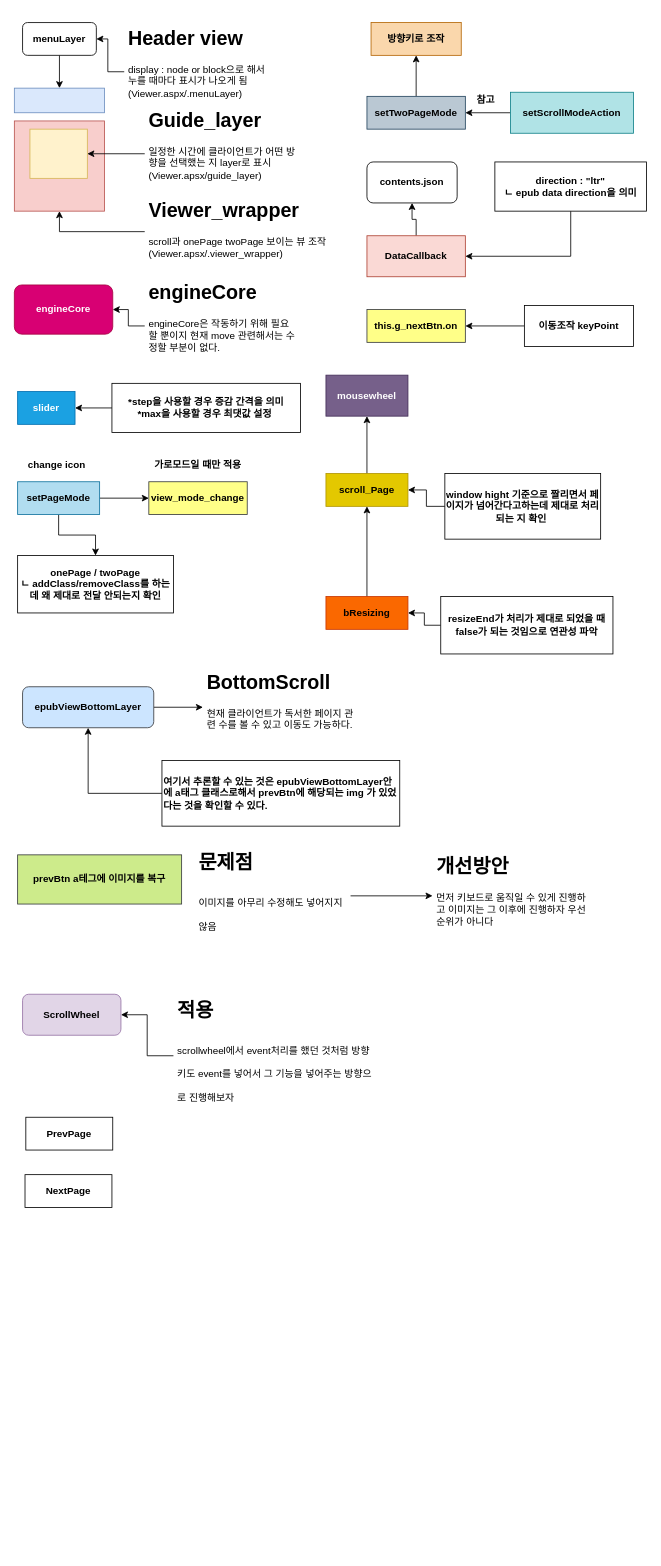
Earlier version of the draw.io diagram Untitled Diagram.drawio (junhee916/basic_Modify). Source tidied: cells renumbered, new cells numbered last; positions are measured from the earlier drawing's top-left corner, leaving out a move shared by most shapes. Both pictures are drawn from the tidied source at 82%, with x=0, y=0 at pixel (14, 22).
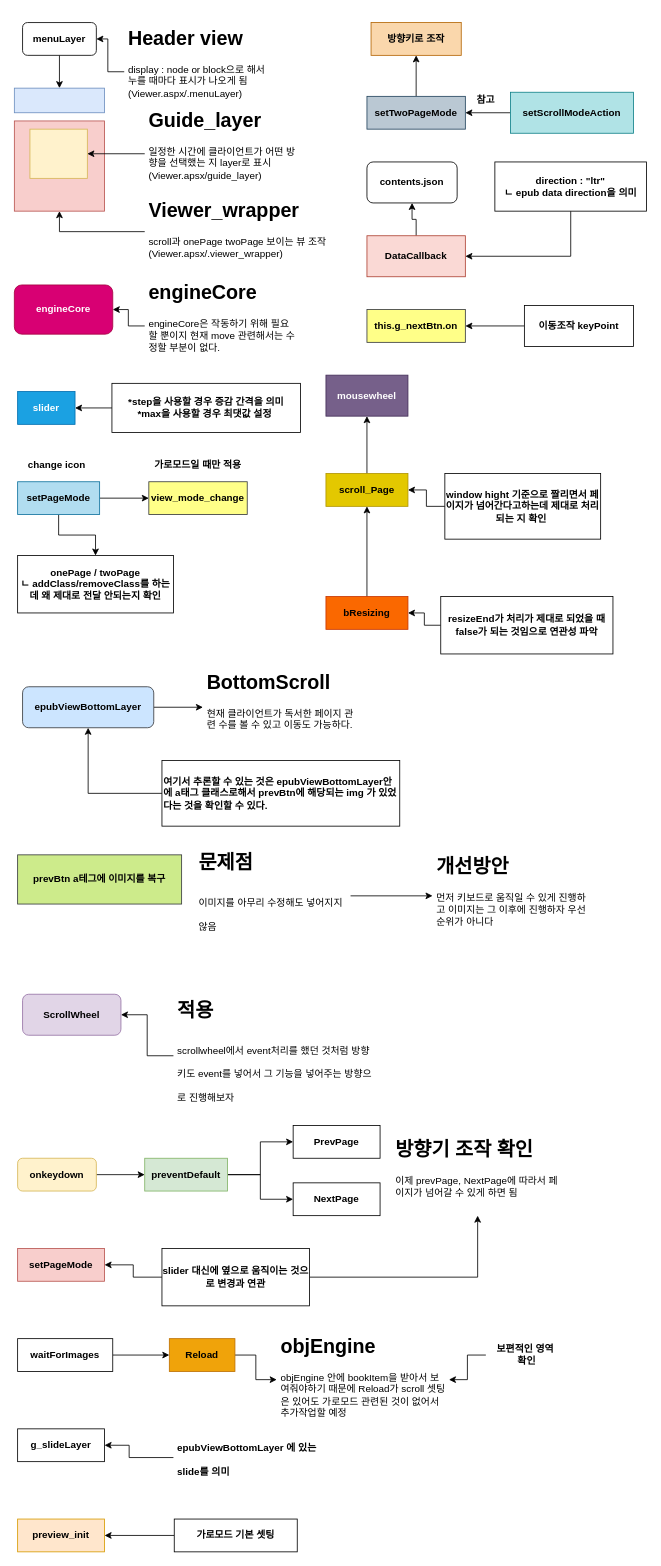
The same page after the edit.

Diff of the diagram source:
```diff
@@
     <mxCell id="61" value="&lt;b&gt;PrevPage&lt;/b&gt;" style="rounded=0;whiteSpace=wrap;html=1;" parent="1" vertex="1">
-      <mxGeometry x="14" y="1335" width="106" height="40" as="geometry" />
+      <mxGeometry x="340" y="1345" width="106" height="40" as="geometry" />
     </mxCell>
     <mxCell id="62" value="&lt;b&gt;NextPage&lt;/b&gt;" style="rounded=0;whiteSpace=wrap;html=1;" parent="1" vertex="1">
-      <mxGeometry x="13" y="1405" width="106" height="40" as="geometry" />
+      <mxGeometry x="340" y="1415" width="106" height="40" as="geometry" />
     </mxCell>
+    <mxCell id="63" style="edgeStyle=orthogonalEdgeStyle;rounded=0;jettySize=auto;html=1;entryX=0;entryY=0.5;entryDx=0;entryDy=0;" parent="1" edge="1" source="64" target="67">
+      <mxGeometry relative="1" as="geometry" />
+    </mxCell>
+    <mxCell id="64" value="&lt;b&gt;onkeydown&lt;/b&gt;" style="rounded=1;whiteSpace=wrap;html=1;fillColor=#fff2cc;strokeColor=#d6b656;" parent="1" vertex="1">
+      <mxGeometry x="4" y="1385" width="96" height="40" as="geometry" />
+    </mxCell>
+    <mxCell id="65" style="edgeStyle=orthogonalEdgeStyle;rounded=0;jettySize=auto;html=1;entryX=0;entryY=0.5;entryDx=0;entryDy=0;" parent="1" edge="1" source="67" target="61">
+      <mxGeometry relative="1" as="geometry" />
+    </mxCell>
+    <mxCell id="66" style="edgeStyle=orthogonalEdgeStyle;rounded=0;jettySize=auto;html=1;" parent="1" edge="1" source="67" target="62">
+      <mxGeometry relative="1" as="geometry" />
+    </mxCell>
+    <mxCell id="67" value="&lt;b&gt;preventDefault&lt;/b&gt;" style="rounded=0;whiteSpace=wrap;html=1;fillColor=#d5e8d4;strokeColor=#82b366;" parent="1" vertex="1">
+      <mxGeometry x="159" y="1385" width="101" height="40" as="geometry" />
+    </mxCell>
+    <mxCell id="68" value="&lt;h1&gt;방향기 조작 확인&lt;/h1&gt;&lt;p&gt;이제 prevPage, NextPage에 따라서 페이지가 넘어갈 수 있게 하면 됨&amp;nbsp;&lt;/p&gt;" style="text;html=1;strokeColor=none;fillColor=none;spacing=5;spacingTop=-20;whiteSpace=wrap;overflow=hidden;rounded=0;" parent="1" vertex="1">
+      <mxGeometry x="460" y="1355" width="210" height="100" as="geometry" />
+    </mxCell>
+    <mxCell id="69" value="&lt;b&gt;setPageMode&lt;/b&gt;" style="rounded=0;whiteSpace=wrap;html=1;fillColor=#f8cecc;strokeColor=#b85450;" parent="1" vertex="1">
+      <mxGeometry x="4" y="1495" width="106" height="40" as="geometry" />
+    </mxCell>
+    <mxCell id="70" style="edgeStyle=orthogonalEdgeStyle;rounded=0;jettySize=auto;html=1;" parent="1" edge="1" source="72" target="68">
+      <mxGeometry relative="1" as="geometry" />
+    </mxCell>
+    <mxCell id="71" style="edgeStyle=orthogonalEdgeStyle;rounded=0;jettySize=auto;html=1;entryX=1;entryY=0.5;entryDx=0;entryDy=0;" parent="1" edge="1" source="72" target="69">
+      <mxGeometry relative="1" as="geometry" />
+    </mxCell>
+    <mxCell id="72" value="&lt;b&gt;slider 대신에 옆으로 움직이는 것으로 변경과 연관&lt;/b&gt;" style="rounded=0;whiteSpace=wrap;html=1;" parent="1" vertex="1">
+      <mxGeometry x="180" y="1495" width="180" height="70" as="geometry" />
+    </mxCell>
+    <mxCell id="73" style="edgeStyle=orthogonalEdgeStyle;rounded=0;jettySize=auto;html=1;entryX=0;entryY=0.5;entryDx=0;entryDy=0;" parent="1" edge="1" source="74" target="77">
+      <mxGeometry relative="1" as="geometry" />
+    </mxCell>
+    <mxCell id="74" value="&lt;b&gt;Reload&lt;/b&gt;" style="rounded=0;whiteSpace=wrap;html=1;fillColor=#f0a30a;strokeColor=#BD7000;fontColor=#000000;" parent="1" vertex="1">
+      <mxGeometry x="189" y="1605" width="80" height="40" as="geometry" />
+    </mxCell>
+    <mxCell id="75" style="edgeStyle=orthogonalEdgeStyle;rounded=0;jettySize=auto;html=1;" parent="1" edge="1" source="76" target="74">
+      <mxGeometry relative="1" as="geometry" />
+    </mxCell>
+    <mxCell id="76" value="&lt;b&gt;waitForImages&lt;/b&gt;" style="rounded=0;whiteSpace=wrap;html=1;" parent="1" vertex="1">
+      <mxGeometry x="4" y="1605" width="116" height="40" as="geometry" />
+    </mxCell>
+    <mxCell id="77" value="&lt;h1&gt;objEngine&amp;nbsp;&lt;/h1&gt;&lt;p&gt;objEngine 안에 bookItem을 받아서 보여줘야하기 때문에 Reload가 scroll 셋팅은 있어도 가로모드 관련된 것이 없어서 추가작업할 예정&lt;/p&gt;" style="text;html=1;strokeColor=none;fillColor=none;spacing=5;spacingTop=-20;whiteSpace=wrap;overflow=hidden;rounded=0;" parent="1" vertex="1">
+      <mxGeometry x="320" y="1595" width="210" height="120" as="geometry" />
+    </mxCell>
+    <mxCell id="78" value="&lt;b&gt;g_slideLayer&lt;/b&gt;" style="rounded=0;whiteSpace=wrap;html=1;" parent="1" vertex="1">
+      <mxGeometry x="4" y="1715" width="106" height="40" as="geometry" />
+    </mxCell>
+    <mxCell id="79" style="edgeStyle=orthogonalEdgeStyle;rounded=0;jettySize=auto;html=1;" parent="1" edge="1" source="80" target="78">
+      <mxGeometry relative="1" as="geometry">
+        <Array as="points">
+          <mxPoint x="140" y="1750" />
+          <mxPoint x="140" y="1735" />
+        </Array>
+      </mxGeometry>
+    </mxCell>
+    <mxCell id="80" value="&lt;h1&gt;&lt;span style=&quot;font-size: 12px&quot;&gt;epubViewBottomLayer 에 있는 slide를 의미&amp;nbsp;&lt;/span&gt;&lt;br&gt;&lt;/h1&gt;" style="text;html=1;strokeColor=none;fillColor=none;spacing=5;spacingTop=-20;whiteSpace=wrap;overflow=hidden;rounded=0;" parent="1" vertex="1">
+      <mxGeometry x="194" y="1715" width="190" height="70" as="geometry" />
+    </mxCell>
+    <mxCell id="81" style="edgeStyle=orthogonalEdgeStyle;rounded=0;jettySize=auto;html=1;" parent="1" edge="1" source="82" target="77">
+      <mxGeometry relative="1" as="geometry" />
+    </mxCell>
+    <mxCell id="82" value="&lt;b&gt;보편적인 영역&amp;nbsp;&lt;br&gt;확인&lt;/b&gt;" style="text;html=1;strokeColor=none;fillColor=none;align=center;verticalAlign=middle;whiteSpace=wrap;rounded=0;" parent="1" vertex="1">
+      <mxGeometry x="575" y="1595" width="100" height="60" as="geometry" />
+    </mxCell>
+    <mxCell id="83" value="&lt;b&gt;preview_init&lt;/b&gt;" style="rounded=0;whiteSpace=wrap;html=1;fillColor=#ffe6cc;strokeColor=#d79b00;" parent="1" vertex="1">
+      <mxGeometry x="4" y="1825" width="106" height="40" as="geometry" />
+    </mxCell>
+    <mxCell id="84" style="edgeStyle=orthogonalEdgeStyle;rounded=0;jettySize=auto;html=1;entryX=1;entryY=0.5;entryDx=0;entryDy=0;" parent="1" edge="1" source="85" target="83">
+      <mxGeometry relative="1" as="geometry" />
+    </mxCell>
+    <mxCell id="85" value="&lt;b&gt;가로모드 기본 셋팅&lt;/b&gt;" style="rounded=0;whiteSpace=wrap;html=1;" parent="1" vertex="1">
+      <mxGeometry x="195" y="1825" width="150" height="40" as="geometry" />
+    </mxCell>
```
